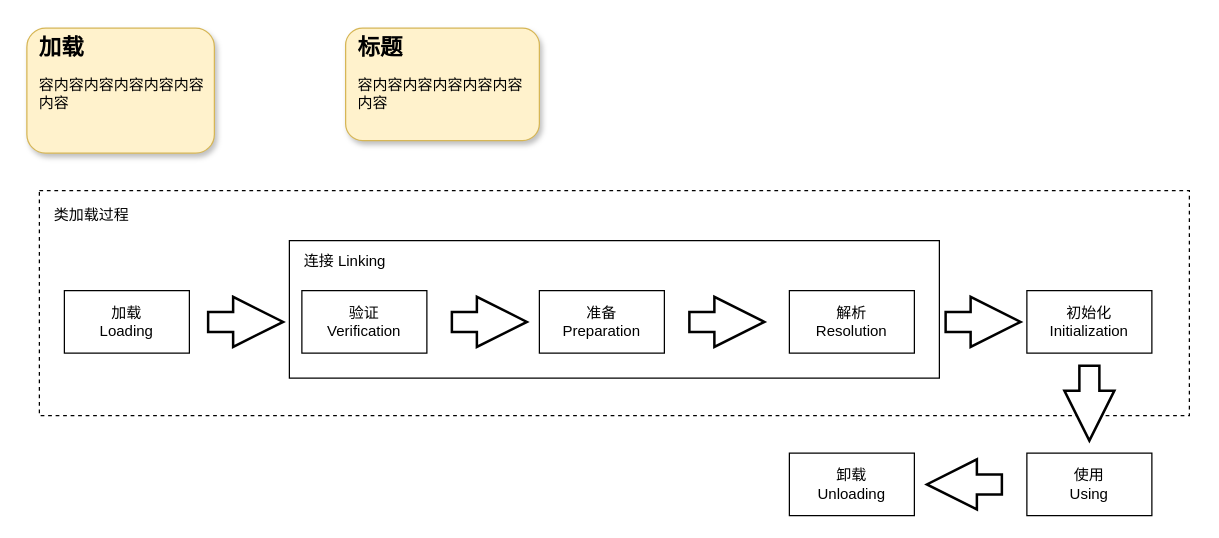
This is JVM/pics/ClassLifecycle.drawio from binggouxsm/JAVA-Reference, a draw.io file, before an edit. Source tidied: cells renumbered, new cells numbered last; positions are measured from the earlier drawing's top-left corner, leaving out a move shared by most shapes. Both pictures are drawn from the tidied source at 125%, with x=0, y=0 at pixel (26, 28).
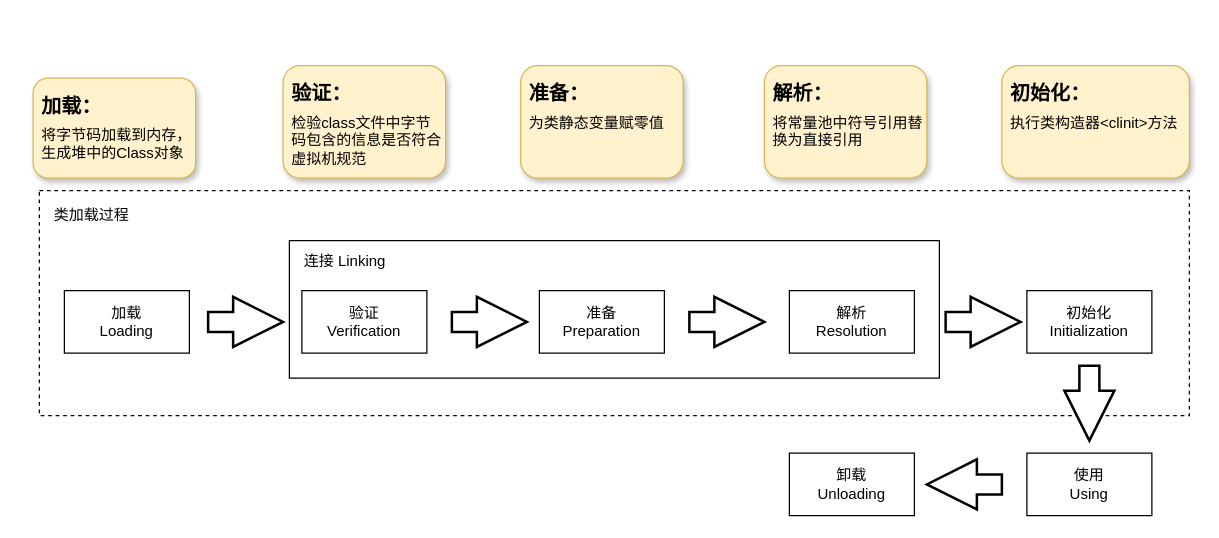
After the change.

Diff of the diagram source:
```diff
@@
-    <mxCell id="19" value="&lt;h1 style=&quot;font-size: 18px ; line-height: 110%&quot;&gt;加载&lt;/h1&gt;容内容内容内容内容内容内容&lt;p style=&quot;line-height: 100%&quot;&gt;&amp;nbsp;&lt;/p&gt;" style="text;html=1;strokeColor=#d6b656;fillColor=#fff2cc;spacing=10;spacingTop=-20;whiteSpace=wrap;overflow=hidden;rounded=1;shadow=1;" parent="1" vertex="1">
-      <mxGeometry width="150" height="100" as="geometry" />
-    </mxCell>
-    <mxCell id="20" value="&lt;h1 style=&quot;font-size: 18px ; line-height: 110%&quot;&gt;标题&lt;/h1&gt;容内容内容内容内容内容内容&lt;p style=&quot;line-height: 100%&quot;&gt;&amp;nbsp;&lt;/p&gt;" style="text;html=1;strokeColor=#d6b656;fillColor=#fff2cc;spacing=10;spacingTop=-20;whiteSpace=wrap;overflow=hidden;rounded=1;shadow=1;" parent="1" vertex="1">
-      <mxGeometry x="255" width="155" height="90" as="geometry" />
-    </mxCell>
+    <mxCell id="21" value="&lt;b&gt;&lt;font style=&quot;font-size: 16px ; line-height: 200%&quot;&gt;加载：&lt;br&gt;&lt;/font&gt;&lt;/b&gt;将字节码加载到内存，生成堆中的Class对象&amp;nbsp;" style="rounded=1;whiteSpace=wrap;html=1;fillColor=#fff2cc;strokeColor=#d6b656;align=left;verticalAlign=top;spacingLeft=5;shadow=1;" parent="1" vertex="1">
+      <mxGeometry x="5" y="40" width="130" height="80" as="geometry" />
+    </mxCell>
+    <mxCell id="22" value="&lt;b&gt;&lt;font style=&quot;font-size: 16px ; line-height: 200%&quot;&gt;验证：&lt;br&gt;&lt;/font&gt;&lt;/b&gt;检验class文件中字节码包含的信息是否符合虚拟机规范&amp;nbsp;" style="rounded=1;whiteSpace=wrap;html=1;fillColor=#fff2cc;strokeColor=#d6b656;align=left;verticalAlign=top;spacingLeft=5;shadow=1;" parent="1" vertex="1">
+      <mxGeometry x="205" y="30" width="130" height="90" as="geometry" />
+    </mxCell>
+    <mxCell id="23" value="&lt;b&gt;&lt;font style=&quot;font-size: 16px ; line-height: 200%&quot;&gt;准备：&lt;br&gt;&lt;/font&gt;&lt;/b&gt;为类静态变量赋零值" style="rounded=1;whiteSpace=wrap;html=1;fillColor=#fff2cc;strokeColor=#d6b656;align=left;verticalAlign=top;spacingLeft=5;shadow=1;" parent="1" vertex="1">
+      <mxGeometry x="395" y="30" width="130" height="90" as="geometry" />
+    </mxCell>
+    <mxCell id="24" value="&lt;b&gt;&lt;font style=&quot;font-size: 16px ; line-height: 200%&quot;&gt;解析：&lt;br&gt;&lt;/font&gt;&lt;/b&gt;将常量池中符号引用替换为直接引用" style="rounded=1;whiteSpace=wrap;html=1;fillColor=#fff2cc;strokeColor=#d6b656;align=left;verticalAlign=top;spacingLeft=5;shadow=1;" parent="1" vertex="1">
+      <mxGeometry x="590" y="30" width="130" height="90" as="geometry" />
+    </mxCell>
+    <mxCell id="25" value="&lt;b&gt;&lt;font style=&quot;font-size: 16px ; line-height: 200%&quot;&gt;初始化：&lt;br&gt;&lt;/font&gt;&lt;/b&gt;执行类构造器&amp;lt;clinit&amp;gt;方法" style="rounded=1;whiteSpace=wrap;html=1;fillColor=#fff2cc;strokeColor=#d6b656;align=left;verticalAlign=top;spacingLeft=5;shadow=1;" parent="1" vertex="1">
+      <mxGeometry x="780" y="30" width="150" height="90" as="geometry" />
+    </mxCell>
```
